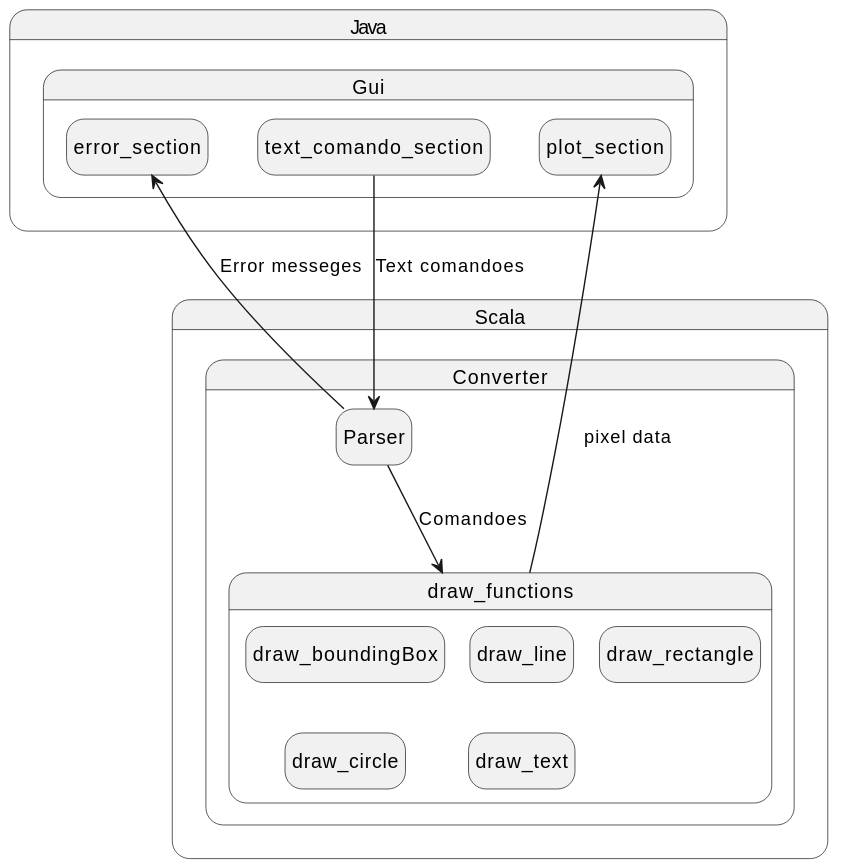
The PlantUML diagram out/doc/diagrams/Overview.svg in au706600/Software-Correctness-Project, before a commit. Source of this version:
```plantuml
@startuml
hide empty description

state Java {
    state Gui {
        state plot_section
        state text_comando_section
        state error_section
    }
}

state Scala {
    state Converter {
        state Parser
        state draw_functions {
            state draw_boundingBox
            state draw_line
            state draw_rectangle
            state draw_circle
            state draw_text

            draw_boundingBox -[hidden]-> draw_circle
            draw_line -[hidden]-> draw_text
        }
    }
}

text_comando_section -down-> Parser: Text comandoes
Parser --> draw_functions: Comandoes
Parser -up-> error_section: Error messeges
draw_functions -up-> plot_section: pixel data
@enduml
```
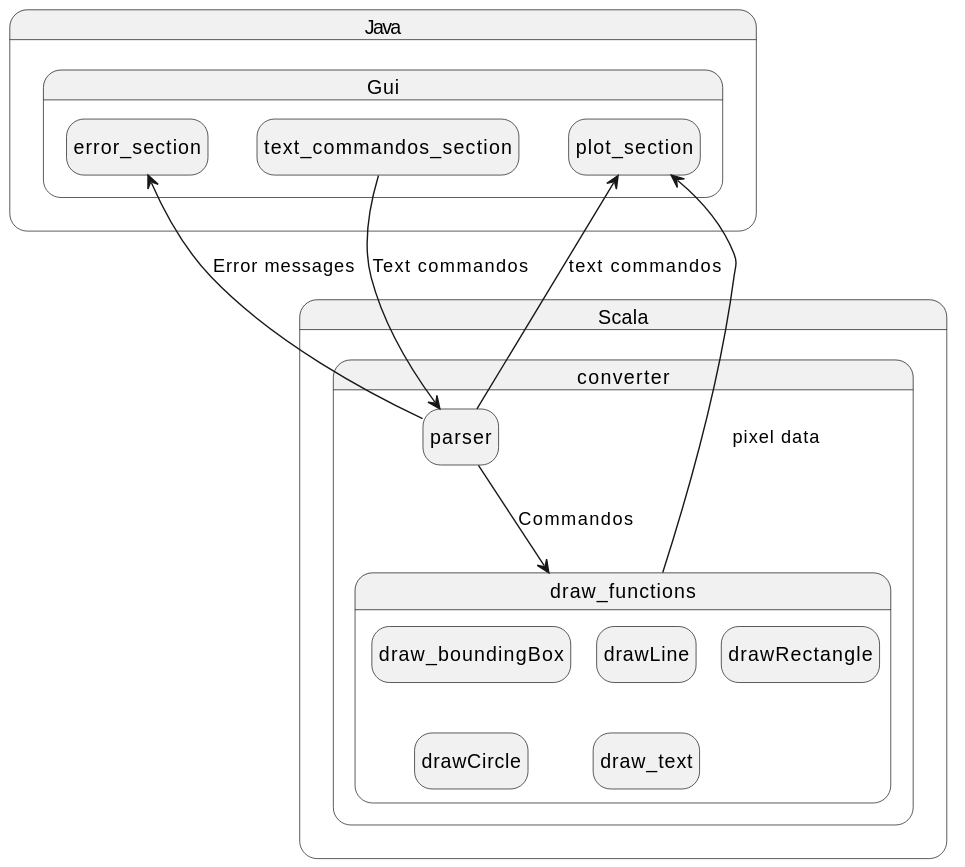
After the change.

The edit, as a diff of the source:
```diff
@@ -4,29 +4,29 @@
 state Java {
     state Gui {
         state plot_section
-        state text_comando_section
+        state text_commandos_section
         state error_section
     }
 }
 
 state Scala {
-    state Converter {
-        state Parser
+    state converter {
+        state parser
         state draw_functions {
             state draw_boundingBox
-            state draw_line
-            state draw_rectangle
-            state draw_circle
-            state draw_text
+            state drawLine
+            state drawRectangle
+            state drawCircle
 
-            draw_boundingBox -[hidden]-> draw_circle
-            draw_line -[hidden]-> draw_text
+            draw_boundingBox -[hidden]-> drawCircle
+            drawLine -[hidden]-> draw_text
         }
     }
 }
 
-text_comando_section -down-> Parser: Text comandoes
-Parser --> draw_functions: Comandoes
-Parser -up-> error_section: Error messeges
+text_commandos_section -down-> parser: Text commandos
+parser --> draw_functions: Commandos
+parser -up-> error_section: Error messages
+parser --> plot_section: text commandos
 draw_functions -up-> plot_section: pixel data
 @enduml
```
